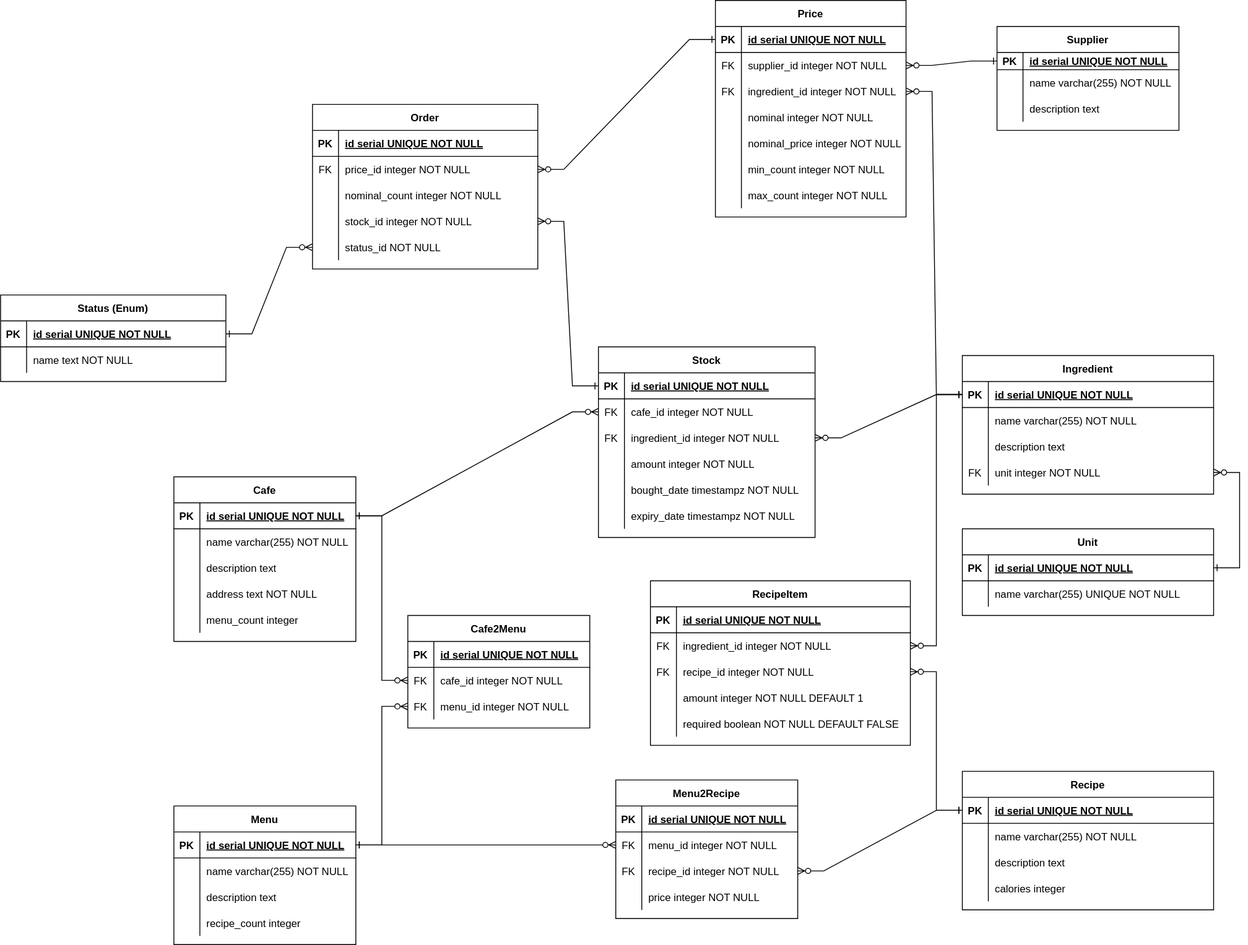
zubrailx/university-itmo keeps this draw.io diagram as doc/fig/datalogical.svg. Above is the earlier version. Source tidied: cells renumbered, new cells last; positions are measured from the earlier drawing's top-left corner, leaving out a move shared by most shapes.
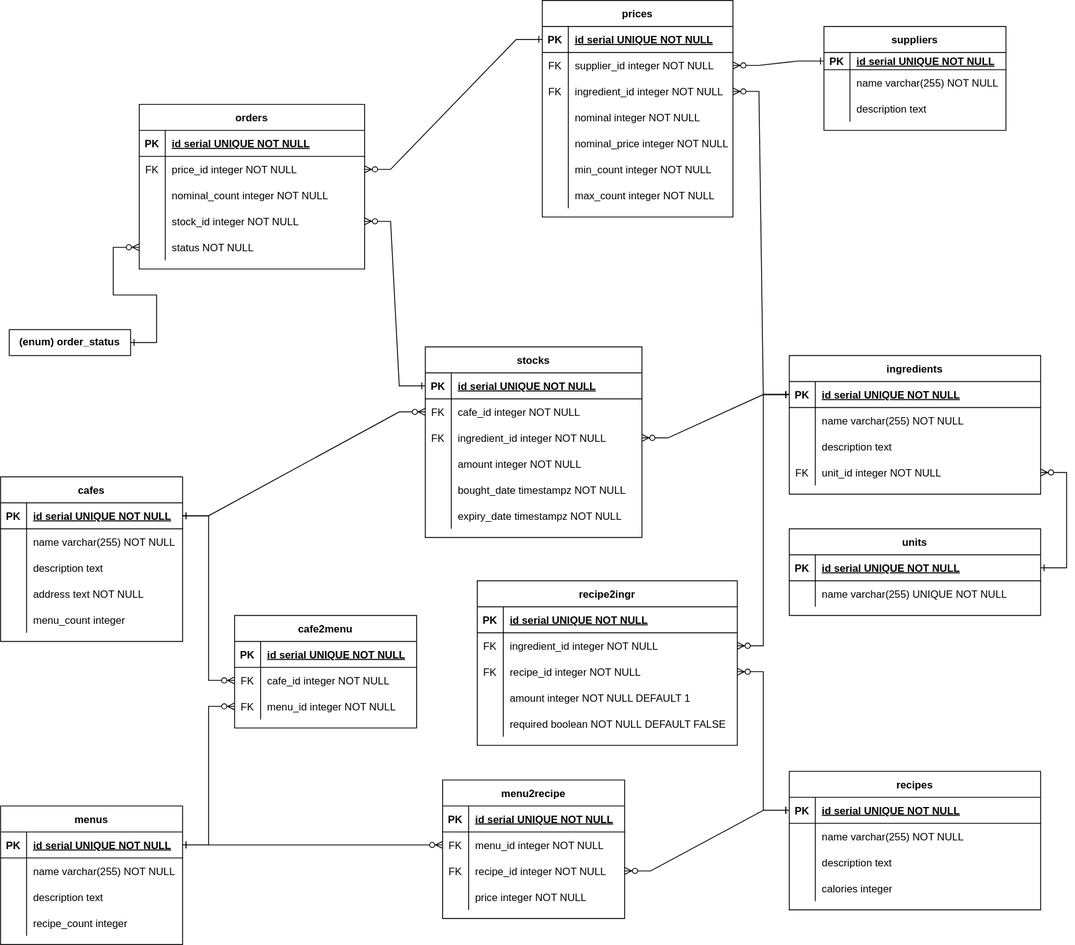
The same diagram one commit later.

Diff of the diagram source:
```diff
@@ -2,7 +2,7 @@
   <root>
     <mxCell id="0" />
     <mxCell id="1" parent="0" />
-    <mxCell id="2" value="Supplier" style="shape=table;startSize=30;rowLines=0;fontStyle=1;align=center;" parent="1" vertex="1">
+    <mxCell id="2" value="suppliers" style="shape=table;startSize=30;rowLines=0;fontStyle=1;align=center;" parent="1" vertex="1">
       <mxGeometry x="1150" y="30" width="210" height="120" as="geometry" />
     </mxCell>
     <mxCell id="3" style="shape=tableRow;horizontal=0;startSize=0;swimlaneHead=0;swimlaneBody=0;fillColor=none;points=[[0,0.5],[1,0.5]];portConstraint=eastwest;top=0;left=0;right=0;bottom=1;" parent="2" vertex="1">
@@ -32,7 +32,7 @@
     <mxCell id="11" value="description text" style="shape=partialRectangle;fillColor=none;top=0;left=0;bottom=0;right=0;align=left;spacingLeft=6;overflow=hidden;" parent="9" vertex="1">
       <mxGeometry x="30" width="180" height="30" as="geometry" />
     </mxCell>
-    <mxCell id="12" value="Ingredient" style="shape=table;startSize=30;rowLines=0;fontStyle=1;align=center;" parent="1" vertex="1">
+    <mxCell id="12" value="ingredients" style="shape=table;startSize=30;rowLines=0;fontStyle=1;align=center;" parent="1" vertex="1">
       <mxGeometry x="1110" y="410" width="290" height="160" as="geometry" />
     </mxCell>
     <mxCell id="13" style="shape=tableRow;horizontal=0;startSize=0;swimlaneHead=0;swimlaneBody=0;fillColor=none;points=[[0,0.5],[1,0.5]];portConstraint=eastwest;top=0;left=0;right=0;bottom=1;" parent="12" vertex="1">
@@ -68,10 +68,10 @@
     <mxCell id="23" value="FK" style="shape=partialRectangle;fillColor=none;top=0;left=0;bottom=0;right=0;overflow=hidden;" parent="22" vertex="1">
       <mxGeometry width="30" height="30" as="geometry" />
     </mxCell>
-    <mxCell id="24" value="unit integer NOT NULL" style="shape=partialRectangle;fillColor=none;top=0;left=0;bottom=0;right=0;align=left;spacingLeft=6;overflow=hidden;" parent="22" vertex="1">
+    <mxCell id="24" value="unit_id integer NOT NULL" style="shape=partialRectangle;fillColor=none;top=0;left=0;bottom=0;right=0;align=left;spacingLeft=6;overflow=hidden;" parent="22" vertex="1">
       <mxGeometry x="30" width="260" height="30" as="geometry" />
     </mxCell>
-    <mxCell id="25" value="Recipe" style="shape=table;startSize=30;rowLines=0;fontStyle=1;align=center;" parent="1" vertex="1">
+    <mxCell id="25" value="recipes" style="shape=table;startSize=30;rowLines=0;fontStyle=1;align=center;" parent="1" vertex="1">
       <mxGeometry x="1110" y="890" width="290" height="160" as="geometry" />
     </mxCell>
     <mxCell id="26" style="shape=tableRow;horizontal=0;startSize=0;swimlaneHead=0;swimlaneBody=0;fillColor=none;points=[[0,0.5],[1,0.5]];portConstraint=eastwest;top=0;left=0;right=0;bottom=1;" parent="25" vertex="1">
@@ -110,7 +110,7 @@
     <mxCell id="37" value="calories integer" style="shape=partialRectangle;fillColor=none;top=0;left=0;bottom=0;right=0;align=left;spacingLeft=6;overflow=hidden;" parent="35" vertex="1">
       <mxGeometry x="30" width="260" height="30" as="geometry" />
     </mxCell>
-    <mxCell id="38" value="Menu" style="shape=table;startSize=30;rowLines=0;fontStyle=1;align=center;" parent="1" vertex="1">
+    <mxCell id="38" value="menus" style="shape=table;startSize=30;rowLines=0;fontStyle=1;align=center;" parent="1" vertex="1">
       <mxGeometry x="200" y="930" width="210" height="160" as="geometry" />
     </mxCell>
     <mxCell id="39" style="shape=tableRow;horizontal=0;startSize=0;swimlaneHead=0;swimlaneBody=0;fillColor=none;points=[[0,0.5],[1,0.5]];portConstraint=eastwest;top=0;left=0;right=0;bottom=1;" parent="38" vertex="1">
@@ -149,7 +149,7 @@
     <mxCell id="50" value="recipe_count integer" style="shape=partialRectangle;fillColor=none;top=0;left=0;bottom=0;right=0;align=left;spacingLeft=6;overflow=hidden;" parent="48" vertex="1">
       <mxGeometry x="30" width="180" height="30" as="geometry" />
     </mxCell>
-    <mxCell id="51" value="Cafe" style="shape=table;startSize=30;rowLines=0;fontStyle=1;align=center;" parent="1" vertex="1">
+    <mxCell id="51" value="cafes" style="shape=table;startSize=30;rowLines=0;fontStyle=1;align=center;" parent="1" vertex="1">
       <mxGeometry x="200" y="550" width="210" height="190" as="geometry" />
     </mxCell>
     <mxCell id="52" style="shape=tableRow;horizontal=0;startSize=0;swimlaneHead=0;swimlaneBody=0;fillColor=none;points=[[0,0.5],[1,0.5]];portConstraint=eastwest;top=0;left=0;right=0;bottom=1;" parent="51" vertex="1">
@@ -197,7 +197,7 @@
     <mxCell id="66" value="menu_count integer" style="shape=partialRectangle;fillColor=none;top=0;left=0;bottom=0;right=0;align=left;spacingLeft=6;overflow=hidden;" parent="64" vertex="1">
       <mxGeometry x="30" width="180" height="30" as="geometry" />
     </mxCell>
-    <mxCell id="67" value="Price" style="shape=table;startSize=30;rowLines=0;fontStyle=1;align=center;" parent="1" vertex="1">
+    <mxCell id="67" value="prices" style="shape=table;startSize=30;rowLines=0;fontStyle=1;align=center;" parent="1" vertex="1">
       <mxGeometry x="825" width="220" height="250" as="geometry" />
     </mxCell>
     <mxCell id="68" style="shape=tableRow;horizontal=0;startSize=0;swimlaneHead=0;swimlaneBody=0;fillColor=none;points=[[0,0.5],[1,0.5]];portConstraint=eastwest;top=0;left=0;right=0;bottom=1;" parent="67" vertex="1">
@@ -263,7 +263,7 @@
     <mxCell id="88" value="max_count integer NOT NULL" style="shape=partialRectangle;fillColor=none;top=0;left=0;bottom=0;right=0;align=left;spacingLeft=6;overflow=hidden;" parent="86" vertex="1">
       <mxGeometry x="30" width="190" height="30" as="geometry" />
     </mxCell>
-    <mxCell id="89" value="Stock" style="shape=table;startSize=30;rowLines=0;fontStyle=1;align=center;" parent="1" vertex="1">
+    <mxCell id="89" value="stocks" style="shape=table;startSize=30;rowLines=0;fontStyle=1;align=center;" parent="1" vertex="1">
       <mxGeometry x="690" y="400" width="250" height="220" as="geometry" />
     </mxCell>
     <mxCell id="90" style="shape=tableRow;horizontal=0;startSize=0;swimlaneHead=0;swimlaneBody=0;fillColor=none;points=[[0,0.5],[1,0.5]];portConstraint=eastwest;top=0;left=0;right=0;bottom=1;" parent="89" vertex="1">
@@ -320,7 +320,7 @@
     <mxCell id="107" value="expiry_date timestampz NOT NULL" style="shape=partialRectangle;fillColor=none;top=0;left=0;bottom=0;right=0;align=left;spacingLeft=6;overflow=hidden;" parent="105" vertex="1">
       <mxGeometry x="30" width="220" height="30" as="geometry" />
     </mxCell>
-    <mxCell id="108" value="Cafe2Menu" style="shape=table;startSize=30;rowLines=0;fontStyle=1;align=center;" parent="1" vertex="1">
+    <mxCell id="108" value="cafe2menu" style="shape=table;startSize=30;rowLines=0;fontStyle=1;align=center;" parent="1" vertex="1">
       <mxGeometry x="470" y="710" width="210" height="130" as="geometry" />
     </mxCell>
     <mxCell id="109" style="shape=tableRow;horizontal=0;startSize=0;swimlaneHead=0;swimlaneBody=0;fillColor=none;top=0;left=0;right=0;bottom=1;" parent="108" vertex="1">
@@ -350,7 +350,7 @@
     <mxCell id="117" value="menu_id integer NOT NULL" style="shape=partialRectangle;fillColor=none;top=0;left=0;bottom=0;right=0;align=left;spacingLeft=6;overflow=hidden;" parent="115" vertex="1">
       <mxGeometry x="30" width="180" height="30" as="geometry" />
     </mxCell>
-    <mxCell id="118" value="Menu2Recipe" style="shape=table;startSize=30;rowLines=0;fontStyle=1;align=center;" parent="1" vertex="1">
+    <mxCell id="118" value="menu2recipe" style="shape=table;startSize=30;rowLines=0;fontStyle=1;align=center;" parent="1" vertex="1">
       <mxGeometry x="710" y="900" width="210" height="160" as="geometry" />
     </mxCell>
     <mxCell id="119" style="shape=tableRow;horizontal=0;startSize=0;swimlaneHead=0;swimlaneBody=0;fillColor=none;top=0;left=0;right=0;bottom=1;" parent="118" vertex="1">
@@ -389,7 +389,7 @@
     <mxCell id="130" value="price integer NOT NULL" style="shape=partialRectangle;fillColor=none;top=0;left=0;bottom=0;right=0;align=left;spacingLeft=6;overflow=hidden;" parent="128" vertex="1">
       <mxGeometry x="30" width="180" height="30" as="geometry" />
     </mxCell>
-    <mxCell id="131" value="RecipeItem" style="shape=table;startSize=30;rowLines=0;fontStyle=1;align=center;" parent="1" vertex="1">
+    <mxCell id="131" value="recipe2ingr" style="shape=table;startSize=30;rowLines=0;fontStyle=1;align=center;" parent="1" vertex="1">
       <mxGeometry x="750" y="670" width="300" height="190" as="geometry" />
     </mxCell>
     <mxCell id="132" style="shape=tableRow;horizontal=0;startSize=0;swimlaneHead=0;swimlaneBody=0;fillColor=none;top=0;left=0;right=0;bottom=1;" parent="131" vertex="1">
@@ -470,7 +470,7 @@
     <mxCell id="157" style="edgeStyle=entityRelationEdgeStyle;fontSize=12;html=1;endArrow=ERzeroToMany;endFill=1;rounded=0;startArrow=ERone;startFill=0;" parent="1" edge="1" source="159" target="22">
       <mxGeometry relative="1" as="geometry" />
     </mxCell>
-    <mxCell id="158" value="Unit" style="shape=table;startSize=30;rowLines=0;fontStyle=1;align=center;" parent="1" vertex="1">
+    <mxCell id="158" value="units" style="shape=table;startSize=30;rowLines=0;fontStyle=1;align=center;" parent="1" vertex="1">
       <mxGeometry x="1110" y="610" width="290" height="100" as="geometry" />
     </mxCell>
     <mxCell id="159" style="shape=tableRow;horizontal=0;startSize=0;swimlaneHead=0;swimlaneBody=0;fillColor=none;points=[[0,0.5],[1,0.5]];portConstraint=eastwest;top=0;left=0;right=0;bottom=1;" parent="158" vertex="1">
@@ -491,7 +491,7 @@
     <mxCell id="164" value="name varchar(255) UNIQUE NOT NULL" style="shape=partialRectangle;fillColor=none;top=0;left=0;bottom=0;right=0;align=left;spacingLeft=6;overflow=hidden;" parent="162" vertex="1">
       <mxGeometry x="30" width="260" height="30" as="geometry" />
     </mxCell>
-    <mxCell id="165" value="Order" style="shape=table;startSize=30;rowLines=0;fontStyle=1;align=center;" parent="1" vertex="1">
+    <mxCell id="165" value="orders" style="shape=table;startSize=30;rowLines=0;fontStyle=1;align=center;" parent="1" vertex="1">
       <mxGeometry x="360" y="120" width="260" height="190" as="geometry" />
     </mxCell>
     <mxCell id="166" style="shape=tableRow;horizontal=0;startSize=0;swimlaneHead=0;swimlaneBody=0;fillColor=none;top=0;left=0;right=0;bottom=1;" parent="165" vertex="1">
@@ -536,7 +536,7 @@
     <mxCell id="179" style="shape=partialRectangle;fillColor=none;top=0;left=0;bottom=0;right=0;overflow=hidden;" parent="178" vertex="1">
       <mxGeometry width="30" height="30" as="geometry" />
     </mxCell>
-    <mxCell id="180" value="status_id NOT NULL" style="shape=partialRectangle;fillColor=none;top=0;left=0;bottom=0;right=0;align=left;spacingLeft=6;overflow=hidden;" parent="178" vertex="1">
+    <mxCell id="180" value="status NOT NULL" style="shape=partialRectangle;fillColor=none;top=0;left=0;bottom=0;right=0;align=left;spacingLeft=6;overflow=hidden;" parent="178" vertex="1">
       <mxGeometry x="30" width="230" height="30" as="geometry" />
     </mxCell>
     <mxCell id="181" style="edgeStyle=entityRelationEdgeStyle;fontSize=12;html=1;endArrow=ERzeroToMany;endFill=1;rounded=0;startArrow=ERone;startFill=0;exitX=0;exitY=0.5;exitDx=0;exitDy=0;entryX=1;entryY=0.5;entryDx=0;entryDy=0;" parent="1" edge="1" source="68" target="169">
@@ -545,29 +545,14 @@
     <mxCell id="182" style="edgeStyle=entityRelationEdgeStyle;fontSize=12;html=1;endArrow=ERzeroToMany;endFill=1;rounded=0;startArrow=ERone;startFill=0;entryX=1;entryY=0.5;entryDx=0;entryDy=0;exitX=0;exitY=0.5;exitDx=0;exitDy=0;" parent="1" edge="1" source="90" target="175">
       <mxGeometry relative="1" as="geometry" />
     </mxCell>
-    <mxCell id="183" value="Status (Enum)" style="shape=table;startSize=30;rowLines=0;fontStyle=1;align=center;" parent="1" vertex="1">
-      <mxGeometry y="340" width="260" height="100" as="geometry" />
-    </mxCell>
-    <mxCell id="184" style="shape=tableRow;horizontal=0;startSize=0;swimlaneHead=0;swimlaneBody=0;fillColor=none;points=[[0,0.5],[1,0.5]];portConstraint=eastwest;top=0;left=0;right=0;bottom=1;" parent="183" vertex="1">
-      <mxGeometry y="30" width="260" height="30" as="geometry" />
-    </mxCell>
-    <mxCell id="185" value="PK" style="shape=partialRectangle;fillColor=none;top=0;left=0;bottom=0;right=0;fontStyle=1;overflow=hidden;" parent="184" vertex="1">
-      <mxGeometry width="30" height="30" as="geometry" />
-    </mxCell>
-    <mxCell id="186" value="id serial UNIQUE NOT NULL" style="shape=partialRectangle;fillColor=none;top=0;left=0;bottom=0;right=0;align=left;spacingLeft=6;fontStyle=5;overflow=hidden;" parent="184" vertex="1">
-      <mxGeometry x="30" width="230" height="30" as="geometry" />
-    </mxCell>
-    <mxCell id="187" style="shape=tableRow;horizontal=0;startSize=0;swimlaneHead=0;swimlaneBody=0;fillColor=none;top=0;left=0;right=0;bottom=0;" parent="183" vertex="1">
-      <mxGeometry y="60" width="260" height="30" as="geometry" />
-    </mxCell>
-    <mxCell id="188" style="shape=partialRectangle;fillColor=none;top=0;left=0;bottom=0;right=0;overflow=hidden;" parent="187" vertex="1">
-      <mxGeometry width="30" height="30" as="geometry" />
-    </mxCell>
-    <mxCell id="189" value="name text NOT NULL" style="shape=partialRectangle;fillColor=none;top=0;left=0;bottom=0;right=0;align=left;spacingLeft=6;overflow=hidden;" parent="187" vertex="1">
-      <mxGeometry x="30" width="230" height="30" as="geometry" />
-    </mxCell>
-    <mxCell id="190" style="edgeStyle=entityRelationEdgeStyle;fontSize=12;html=1;endArrow=ERzeroToMany;endFill=1;rounded=0;startArrow=ERone;startFill=0;entryX=0;entryY=0.5;entryDx=0;entryDy=0;exitX=1;exitY=0.5;exitDx=0;exitDy=0;" parent="1" edge="1" source="184" target="178">
+    <mxCell id="190" style="edgeStyle=entityRelationEdgeStyle;fontSize=12;html=1;endArrow=ERzeroToMany;endFill=1;rounded=0;startArrow=ERone;startFill=0;entryX=0;entryY=0.5;entryDx=0;entryDy=0;exitX=1;exitY=0.5;exitDx=0;exitDy=0;" parent="1" edge="1" source="x" target="178">
       <mxGeometry relative="1" as="geometry" />
     </mxCell>
+    <mxCell id="191" value="&lt;b&gt;(enum) order_status&lt;br&gt;&lt;/b&gt;" style="rounded=0;whiteSpace=wrap;html=1;" parent="1" vertex="1">
+      <mxGeometry x="210" y="380" width="140" height="30" as="geometry" />
+    </mxCell>
+    <mxCell id="192" style="edgeStyle=entityRelationEdgeStyle;fontSize=12;html=1;endArrow=ERzeroToMany;endFill=1;rounded=0;startArrow=ERone;startFill=0;entryX=0;entryY=0.5;entryDx=0;entryDy=0;exitX=1;exitY=0.5;exitDx=0;exitDy=0;" parent="1" edge="1" source="191" target="178">
+      <mxGeometry relative="1" as="geometry" />
+    </mxCell>
   </root>
 </mxGraphModel>
```
